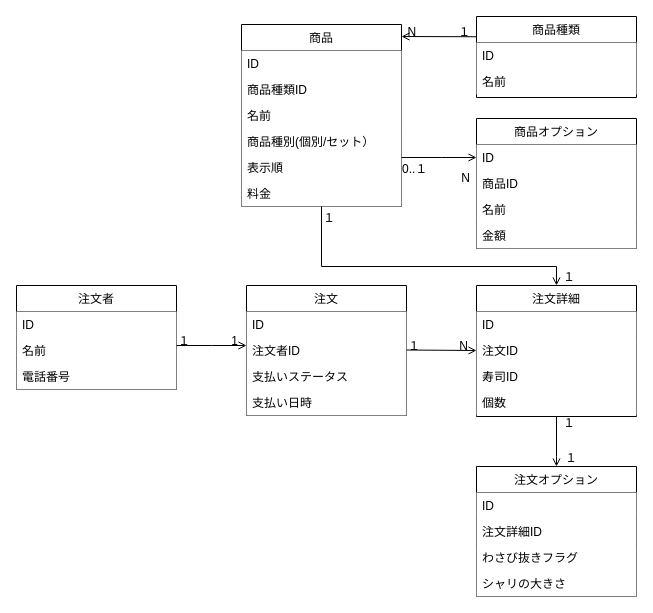
Earlier version of the draw.io diagram DBModel1/課題2.drawio (shun57/praha-challenge-task). Source tidied: cells renumbered, new cells numbered last; positions are measured from the earlier drawing's top-left corner, leaving out a move shared by most shapes. Both pictures are drawn from the tidied source at 100%, with x=0, y=0 at pixel (16, 16).
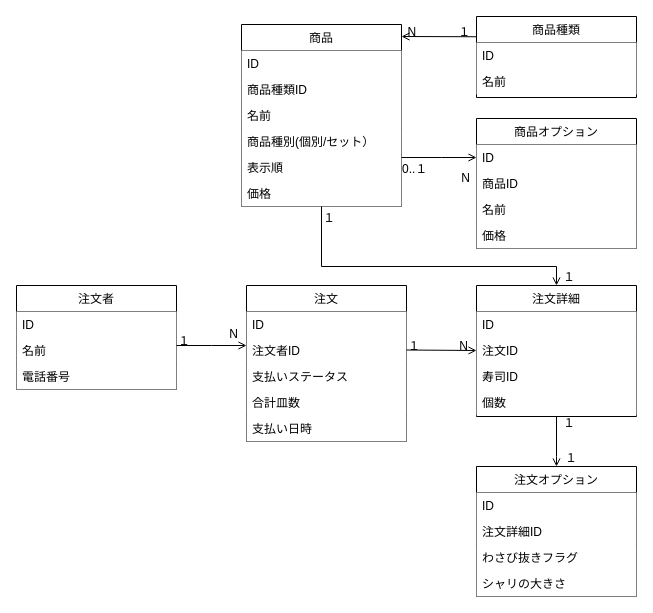
The same diagram, later.

The change refers to these unchanged cells:
```xml
<mxCell id="7" value="商品" style="swimlane;fontStyle=0;align=center;verticalAlign=top;horizontal=1;startSize=26;rounded=0;shadow=0;strokeWidth=1;" parent="1" vertex="1">
  <mxGeometry x="225" y="8" width="160" height="182" as="geometry" />
</mxCell>
<mxCell id="17" value="商品オプション" style="swimlane;fontStyle=0;align=center;verticalAlign=top;horizontal=1;startSize=26;rounded=0;shadow=0;strokeWidth=1;" parent="1" vertex="1">
  <mxGeometry x="460" y="102" width="160" height="130" as="geometry" />
</mxCell>
<mxCell id="31" style="endArrow=open;shadow=0;strokeWidth=1;rounded=0;endFill=1;edgeStyle=elbowEdgeStyle;elbow=vertical;" parent="1" edge="1">
  <mxGeometry x="0.5" y="41" relative="1" as="geometry">
    <mxPoint x="160" y="329" as="sourcePoint" />
    <mxPoint x="230" y="329" as="targetPoint" />
    <mxPoint x="-40" y="32" as="offset" />
  </mxGeometry>
</mxCell>
```

Diff of the diagram source:
```diff
@@
     <mxCell id="2" value="注文" style="swimlane;fontStyle=0;align=center;verticalAlign=top;horizontal=1;startSize=26;rounded=0;shadow=0;strokeWidth=1;" parent="1" vertex="1">
-      <mxGeometry x="230" y="269" width="160" height="130" as="geometry" />
+      <mxGeometry x="230" y="269" width="160" height="156" as="geometry" />
     </mxCell>
@@
+    <mxCell id="54" value="合計皿数&#10;" style="text;align=left;verticalAlign=top;spacingLeft=4;spacingRight=4;overflow=hidden;fillColor=default;" parent="2" vertex="1">
+      <mxGeometry y="104" width="160" height="26" as="geometry" />
+    </mxCell>
     <mxCell id="6" value="支払い日時&#10;" style="text;align=left;verticalAlign=top;spacingLeft=4;spacingRight=4;overflow=hidden;fillColor=default;" parent="2" vertex="1">
-      <mxGeometry y="104" width="160" height="26" as="geometry" />
+      <mxGeometry y="130" width="160" height="26" as="geometry" />
     </mxCell>
@@
-    <mxCell id="13" value="料金" style="text;align=left;verticalAlign=top;spacingLeft=4;spacingRight=4;overflow=hidden;rounded=0;shadow=0;html=0;fillColor=default;" parent="7" vertex="1">
+    <mxCell id="13" value="価格" style="text;align=left;verticalAlign=top;spacingLeft=4;spacingRight=4;overflow=hidden;rounded=0;shadow=0;html=0;fillColor=default;" parent="7" vertex="1">
       <mxGeometry y="156" width="160" height="26" as="geometry" />
     </mxCell>
@@
-    <mxCell id="21" value="金額" style="text;align=left;verticalAlign=top;spacingLeft=4;spacingRight=4;overflow=hidden;fillColor=default;" parent="17" vertex="1">
+    <mxCell id="21" value="価格" style="text;align=left;verticalAlign=top;spacingLeft=4;spacingRight=4;overflow=hidden;fillColor=default;" parent="17" vertex="1">
       <mxGeometry y="104" width="160" height="26" as="geometry" />
     </mxCell>
@@
-    <mxCell id="33" value="1" style="align=right;verticalAlign=bottom;labelBackgroundColor=none;fontSize=12;" parent="31" vertex="1">
+    <mxCell id="33" value="N&#10;" style="align=right;verticalAlign=bottom;labelBackgroundColor=none;fontSize=12;" parent="31" vertex="1">
       <mxGeometry x="1" relative="1" as="geometry">
-        <mxPoint x="-7" y="4" as="offset" />
+        <mxPoint x="-7" y="11" as="offset" />
       </mxGeometry>
     </mxCell>
```
